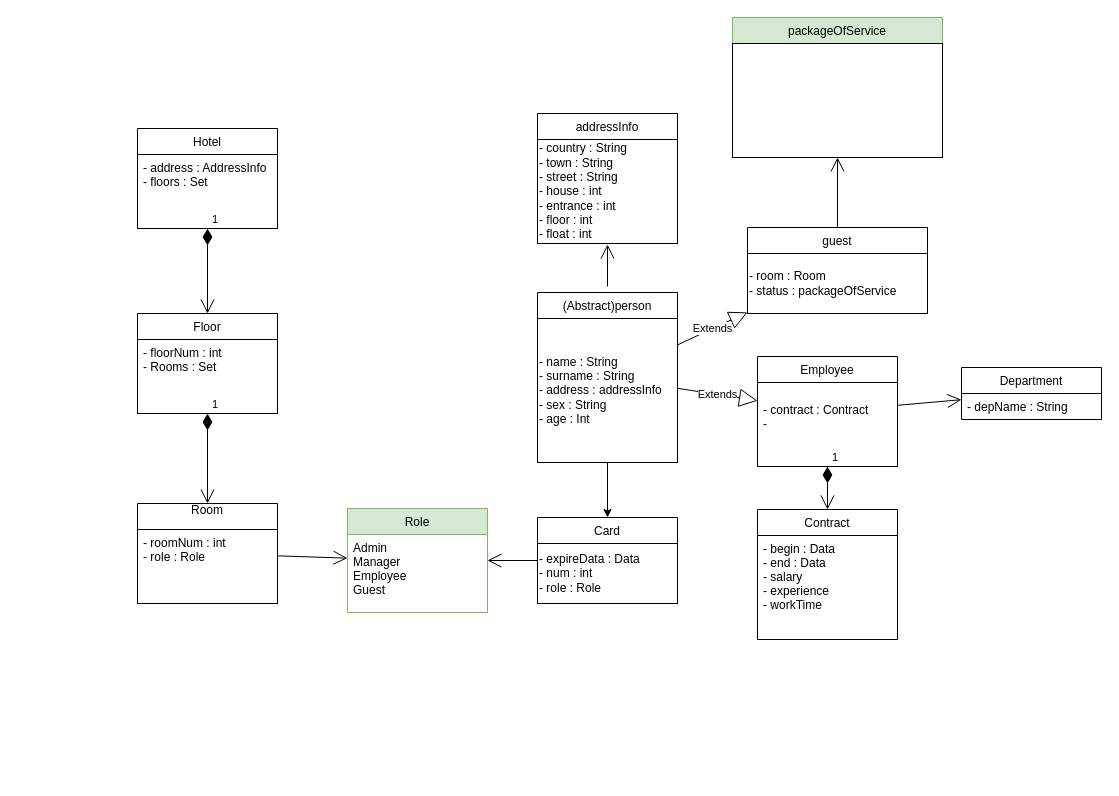
Earlier version of the draw.io diagram doc/umlclass.drawio (Brisoul/Hotel-bussiness-administration). Source tidied: cells renumbered, new cells numbered last; positions are measured from the earlier drawing's top-left corner, leaving out a move shared by most shapes. Both pictures are drawn from the tidied source at 100%, with x=0, y=0 at pixel (137, 17).
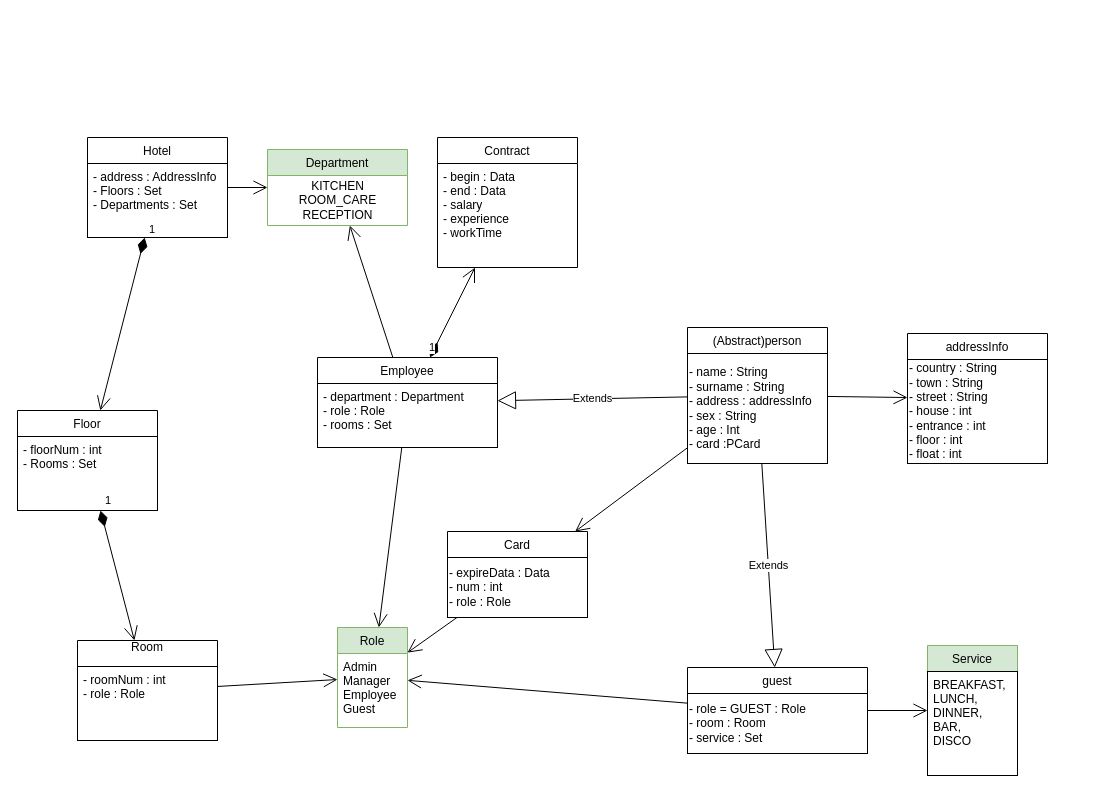
The same page after the edit.

Diff of the diagram source:
```diff
@@
     <mxCell id="2" value="Room&#10;" style="swimlane;fontStyle=0;horizontal=1;startSize=26;fillColor=none;" parent="1" vertex="1">
-      <mxGeometry y="486" width="140" height="100" as="geometry" />
+      <mxGeometry x="-60" y="623" width="140" height="100" as="geometry" />
     </mxCell>
@@
     <mxCell id="4" value="Card" style="swimlane;fontStyle=0;horizontal=1;startSize=26;fillColor=none;" parent="1" vertex="1">
-      <mxGeometry x="400" y="500" width="140" height="86" as="geometry" />
+      <mxGeometry x="310" y="514" width="140" height="86" as="geometry" />
     </mxCell>
@@
     <mxCell id="6" value="guest" style="swimlane;fontStyle=0;horizontal=1;startSize=26;fillColor=none;" parent="1" vertex="1">
-      <mxGeometry x="610" y="210" width="180" height="86" as="geometry" />
+      <mxGeometry x="550" y="650" width="180" height="86" as="geometry" />
     </mxCell>
-    <mxCell id="7" value="- room : Room&lt;br&gt;- status : packageOfService" style="rounded=0;whiteSpace=wrap;html=1;strokeColor=default;fillColor=none;align=left;" parent="6" vertex="1">
+    <mxCell id="7" value="- role = GUEST : Role&lt;br&gt;- room : Room&lt;br&gt;- service : Set" style="rounded=0;whiteSpace=wrap;html=1;strokeColor=default;fillColor=none;align=left;" parent="6" vertex="1">
       <mxGeometry y="26" width="180" height="60" as="geometry" />
     </mxCell>
     <mxCell id="8" value="Employee" style="swimlane;fontStyle=0;horizontal=1;startSize=26;fillColor=none;" parent="1" vertex="1">
-      <mxGeometry x="620" y="339" width="140" height="110" as="geometry" />
+      <mxGeometry x="180" y="340" width="180" height="90" as="geometry" />
     </mxCell>
-    <mxCell id="9" value="&#10;- contract : Contract&#10;- " style="text;strokeColor=default;fillColor=none;align=left;verticalAlign=top;spacingLeft=4;spacingRight=4;overflow=hidden;" parent="8" vertex="1">
-      <mxGeometry y="26" width="140" height="84" as="geometry" />
+    <mxCell id="9" value="- department : Department&#10;- role : Role&#10;- rooms : Set" style="text;strokeColor=default;fillColor=none;align=left;verticalAlign=top;spacingLeft=4;spacingRight=4;overflow=hidden;" parent="8" vertex="1">
+      <mxGeometry y="26" width="180" height="64" as="geometry" />
     </mxCell>
     <mxCell id="10" value="(Abstract)person" style="swimlane;fontStyle=0;horizontal=1;startSize=26;fillColor=none;" parent="1" vertex="1">
-      <mxGeometry x="400" y="275" width="140" height="170" as="geometry" />
+      <mxGeometry x="550" y="310" width="140" height="136" as="geometry" />
     </mxCell>
-    <mxCell id="11" value="- name : String&lt;br&gt;- surname : String&lt;br&gt;- address : addressInfo&lt;br&gt;- sex : String&lt;br&gt;- age : Int" style="rounded=0;whiteSpace=wrap;html=1;strokeColor=default;fillColor=none;align=left;" parent="10" vertex="1">
-      <mxGeometry y="26" width="140" height="144" as="geometry" />
+    <mxCell id="11" value="- name : String&lt;br&gt;- surname : String&lt;br&gt;- address : addressInfo&lt;br&gt;- sex : String&lt;br&gt;- age : Int&lt;br&gt;- card :PCard" style="rounded=0;whiteSpace=wrap;html=1;strokeColor=default;fillColor=none;align=left;" parent="10" vertex="1">
+      <mxGeometry y="26" width="140" height="110" as="geometry" />
     </mxCell>
@@
-    <mxCell id="14" value="packageOfService" style="swimlane;fontStyle=0;horizontal=1;startSize=26;fillColor=#d5e8d4;strokeColor=#82b366;" parent="1" vertex="1">
-      <mxGeometry x="595" width="210" height="140" as="geometry" />
+    <mxCell id="14" value="Service" style="swimlane;fontStyle=0;horizontal=1;startSize=26;fillColor=#d5e8d4;strokeColor=#82b366;" parent="1" vertex="1">
+      <mxGeometry x="790" y="628" width="90" height="130" as="geometry" />
     </mxCell>
-    <mxCell id="15" style="text;strokeColor=default;fillColor=none;align=left;verticalAlign=top;spacingLeft=4;spacingRight=4;overflow=hidden;" parent="14" vertex="1">
-      <mxGeometry y="26" width="210" height="114" as="geometry" />
+    <mxCell id="15" value="BREAKFAST,&#10;LUNCH,&#10;DINNER,&#10;BAR,&#10;DISCO" style="text;strokeColor=default;fillColor=none;align=left;verticalAlign=top;spacingLeft=4;spacingRight=4;overflow=hidden;" parent="14" vertex="1">
+      <mxGeometry y="26" width="90" height="104" as="geometry" />
     </mxCell>
     <mxCell id="16" value="addressInfo" style="swimlane;fontStyle=0;horizontal=1;startSize=26;fillColor=none;strokeColor=default;" parent="1" vertex="1">
-      <mxGeometry x="400" y="96" width="140" height="130" as="geometry" />
+      <mxGeometry x="770" y="316" width="140" height="130" as="geometry" />
     </mxCell>
@@
-    <mxCell id="18" style="endArrow=open;endFill=1;endSize=12;html=1;rounded=0;sourcePerimeterSpacing=6;targetPerimeterSpacing=1;strokeWidth=1;elbow=vertical;" parent="1" edge="1" source="10" target="16">
-      <mxGeometry relative="1" as="geometry" />
-    </mxCell>
-    <mxCell id="19" style="endArrow=classic;html=1;rounded=0;" parent="1" edge="1" source="10" target="4">
-      <mxGeometry relative="1" as="geometry" />
-    </mxCell>
     <mxCell id="20" value="Floor" style="swimlane;fontStyle=0;horizontal=1;startSize=26;fillColor=none;" parent="1" vertex="1">
-      <mxGeometry y="296" width="140" height="100" as="geometry" />
+      <mxGeometry x="-120" y="393" width="140" height="100" as="geometry" />
     </mxCell>
@@
     <mxCell id="22" value="Hotel" style="swimlane;fontStyle=0;horizontal=1;startSize=26;fillColor=none;" parent="1" vertex="1">
-      <mxGeometry y="111" width="140" height="100" as="geometry" />
+      <mxGeometry x="-50" y="120" width="140" height="100" as="geometry" />
     </mxCell>
-    <mxCell id="23" value="- address : AddressInfo&#10;- floors : Set" style="text;strokeColor=default;fillColor=none;align=left;verticalAlign=top;spacingLeft=4;spacingRight=4;overflow=hidden;" parent="22" vertex="1">
+    <mxCell id="23" value="- address : AddressInfo&#10;- Floors : Set&#10;- Departments : Set" style="text;strokeColor=default;fillColor=none;align=left;verticalAlign=top;spacingLeft=4;spacingRight=4;overflow=hidden;" parent="22" vertex="1">
       <mxGeometry y="26" width="140" height="74" as="geometry" />
     </mxCell>
@@
     <mxCell id="26" value="Contract" style="swimlane;fontStyle=0;horizontal=1;startSize=26;fillColor=none;" parent="1" vertex="1">
-      <mxGeometry x="620" y="492" width="140" height="130" as="geometry" />
+      <mxGeometry x="300" y="120" width="140" height="130" as="geometry" />
     </mxCell>
@@
     <mxCell id="28" value="Role" style="swimlane;fontStyle=0;horizontal=1;startSize=26;fillColor=#d5e8d4;strokeColor=#82b366;" parent="1" vertex="1">
-      <mxGeometry x="210" y="491" width="140" height="104" as="geometry" />
+      <mxGeometry x="200" y="610" width="70" height="100" as="geometry" />
     </mxCell>
     <mxCell id="29" value="Admin&#10;Manager&#10;Employee&#10;Guest" style="text;strokeColor=none;fillColor=none;align=left;verticalAlign=top;spacingLeft=4;spacingRight=4;overflow=hidden;" parent="28" vertex="1">
-      <mxGeometry y="26" width="140" height="78" as="geometry" />
+      <mxGeometry y="26" width="70" height="74" as="geometry" />
     </mxCell>
@@
-    <mxCell id="33" value="Department" style="swimlane;fontStyle=0;horizontal=1;startSize=26;fillColor=none;" parent="1" vertex="1">
-      <mxGeometry x="824" y="350" width="140" height="52" as="geometry" />
+    <mxCell id="33" value="Department" style="swimlane;fontStyle=0;horizontal=1;startSize=26;fillColor=#d5e8d4;strokeColor=#82b366;" parent="1" vertex="1">
+      <mxGeometry x="130" y="132" width="140" height="76" as="geometry" />
     </mxCell>
-    <mxCell id="34" value="- depName : String" style="text;strokeColor=none;fillColor=none;align=left;verticalAlign=top;spacingLeft=4;spacingRight=4;overflow=hidden;" parent="33" vertex="1">
-      <mxGeometry y="26" width="140" height="26" as="geometry" />
-    </mxCell>
+    <mxCell id="37" value="KITCHEN&lt;br&gt;ROOM_CARE&lt;br&gt;RECEPTION" style="text;html=1;align=center;verticalAlign=middle;strokeColor=none;fillColor=none;" parent="33" vertex="1">
+      <mxGeometry y="26" width="140" height="50" as="geometry" />
+    </mxCell>
@@
+    <mxCell id="19" style="endArrow=open;endFill=1;endSize=12;html=1;rounded=0;" parent="1" edge="1" source="10" target="4">
+      <mxGeometry relative="1" as="geometry" />
+    </mxCell>
+    <mxCell id="18" style="endArrow=open;endFill=1;endSize=12;html=1;rounded=0;" parent="1" edge="1" source="10" target="16">
+      <mxGeometry relative="1" as="geometry" />
+    </mxCell>
+    <mxCell id="38" style="endArrow=open;endFill=1;endSize=12;html=1;rounded=0;" parent="1" edge="1" source="22" target="33">
+      <mxGeometry relative="1" as="geometry" />
+    </mxCell>
+    <mxCell id="39" style="endArrow=open;endFill=1;endSize=12;html=1;rounded=0;" parent="1" edge="1" source="8" target="28">
+      <mxGeometry relative="1" as="geometry" />
+    </mxCell>
+    <mxCell id="40" style="endArrow=open;endFill=1;endSize=12;html=1;rounded=0;" parent="1" edge="1" source="6" target="28">
+      <mxGeometry relative="1" as="geometry" />
+    </mxCell>
```
